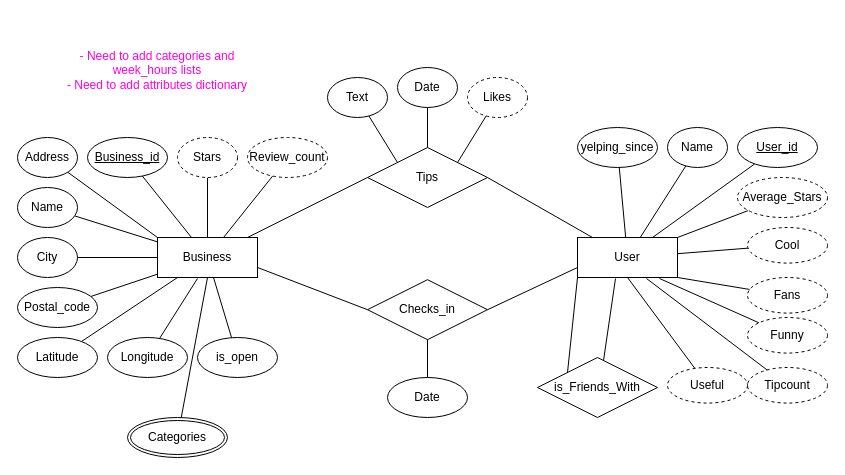
Earlier version of the draw.io diagram project1_milestone.drawio (joepatten/CPTS_451_Project_Milestone1). Source tidied: cells renumbered, new cells numbered last; positions are measured from the earlier drawing's top-left corner, leaving out a move shared by most shapes. Both pictures are drawn from the tidied source at 100%, with x=0, y=0 at pixel (17, 17).
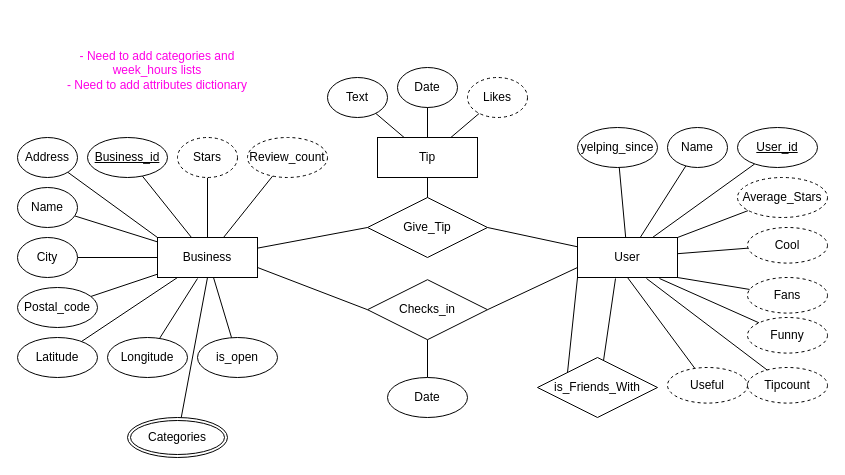
The same diagram, later.

Commit message:
changed entity relationship in drawio er model

Unchanged cells that the change refers to:
```xml
<mxCell id="49" value="Date" style="ellipse;whiteSpace=wrap;html=1;align=center;" parent="1" vertex="1">
  <mxGeometry x="380" y="50" width="60" height="40" as="geometry" />
</mxCell>
<mxCell id="56" value="Likes" style="ellipse;whiteSpace=wrap;html=1;align=center;dashed=1;" parent="1" vertex="1">
  <mxGeometry x="450" y="60" width="60" height="40" as="geometry" />
</mxCell>
<mxCell id="58" value="Text" style="ellipse;whiteSpace=wrap;html=1;align=center;" parent="1" vertex="1">
  <mxGeometry x="310" y="60" width="60" height="40" as="geometry" />
</mxCell>
```

Diff of the diagram source:
```diff
@@
-    <mxCell id="47" value="Tips" style="shape=rhombus;perimeter=rhombusPerimeter;whiteSpace=wrap;html=1;align=center;" parent="1" vertex="1">
-      <mxGeometry x="350" y="130" width="120" height="60" as="geometry" />
+    <mxCell id="47" value="Give_Tip" style="shape=rhombus;perimeter=rhombusPerimeter;whiteSpace=wrap;html=1;align=center;" parent="1" vertex="1">
+      <mxGeometry x="350" y="180" width="120" height="60" as="geometry" />
     </mxCell>
-    <mxCell id="48" style="edgeStyle=none;rounded=0;jettySize=auto;html=1;entryX=0.5;entryY=0;entryDx=0;entryDy=0;endArrow=none;endFill=0;" parent="1" edge="1" source="49" target="47">
+    <mxCell id="48" style="edgeStyle=none;rounded=0;jettySize=auto;html=1;entryX=0.5;entryY=0;entryDx=0;entryDy=0;endArrow=none;endFill=0;" parent="1" edge="1" source="62" target="47">
       <mxGeometry relative="1" as="geometry" />
     </mxCell>
@@
-    <mxCell id="55" style="edgeStyle=none;rounded=0;jettySize=auto;html=1;entryX=1;entryY=0;entryDx=0;entryDy=0;endArrow=none;endFill=0;" parent="1" edge="1" source="56" target="47">
+    <mxCell id="55" style="edgeStyle=none;rounded=0;jettySize=auto;html=1;endArrow=none;endFill=0;" parent="1" edge="1" source="56" target="62">
       <mxGeometry relative="1" as="geometry" />
     </mxCell>
@@
-    <mxCell id="57" style="edgeStyle=none;rounded=0;jettySize=auto;html=1;entryX=0;entryY=0;entryDx=0;entryDy=0;endArrow=none;endFill=0;" parent="1" edge="1" source="58" target="47">
+    <mxCell id="57" style="edgeStyle=none;rounded=0;jettySize=auto;html=1;endArrow=none;endFill=0;" parent="1" edge="1" source="58" target="62">
       <mxGeometry relative="1" as="geometry" />
     </mxCell>
@@
+    <mxCell id="62" value="Tip" style="whiteSpace=wrap;html=1;align=center;" parent="1" vertex="1">
+      <mxGeometry x="360" y="120" width="100" height="40" as="geometry" />
+    </mxCell>
+    <mxCell id="63" style="edgeStyle=none;rounded=0;jettySize=auto;html=1;entryX=0.5;entryY=0;entryDx=0;entryDy=0;endArrow=none;endFill=0;" parent="1" edge="1" source="49" target="62">
+      <mxGeometry relative="1" as="geometry" />
+    </mxCell>
```
